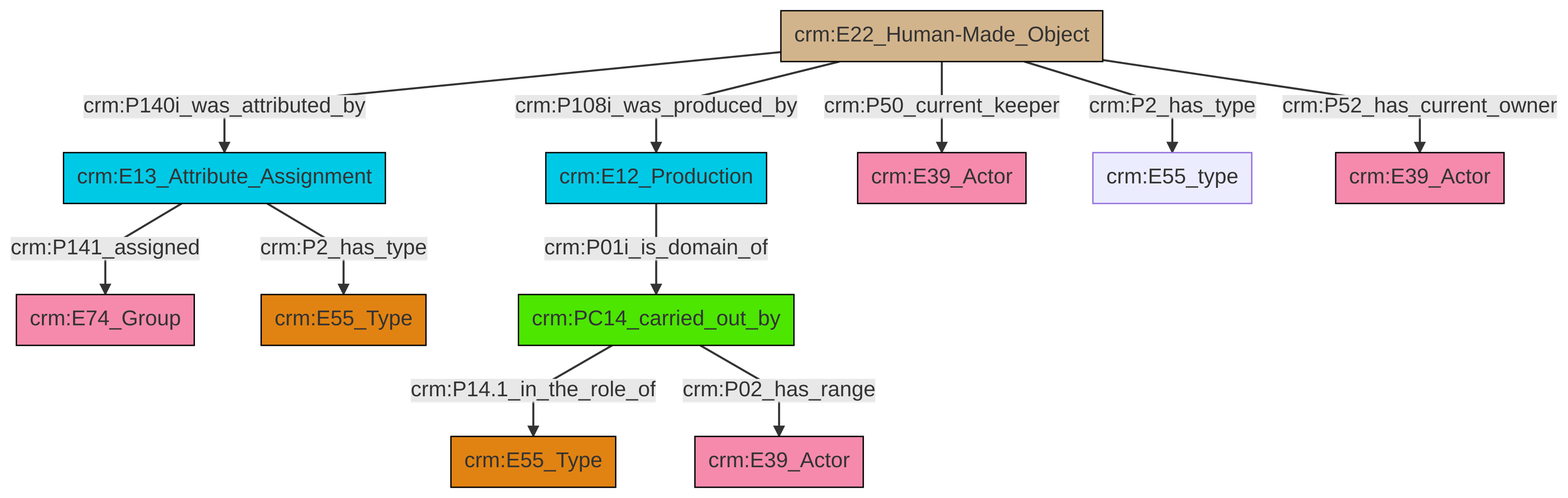
The Mermaid diagram et/artworkCSV/ttl/mmd/png/Artwork_Actor_Relations.png in swiss-art-research-net/docs.swissartresearch, before a commit. Its source is kept beside it as et/artworkCSV/ttl/mmd/Artwork_Actor_Relations.ttl.mmd.
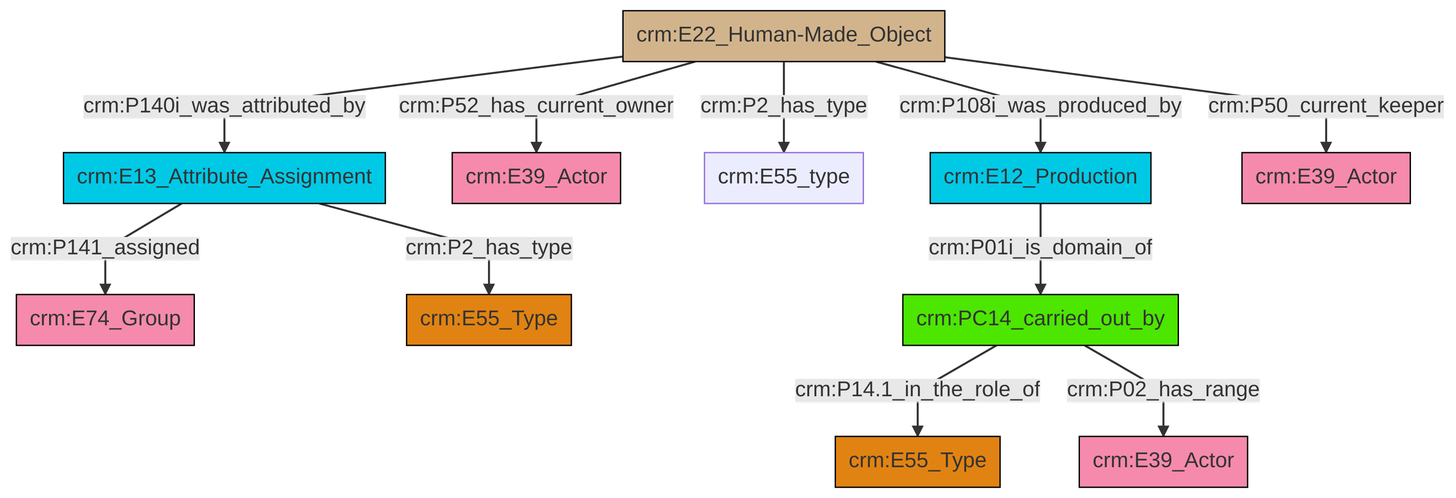
After the commit.

The edit, as a diff of the source:
```diff
@@ -13,13 +13,13 @@
 classDef PC_Classes fill:#4ce600, stroke:#000000;
 classDef Multi fill:#cccccc,stroke:#000000;
 
-0["crm:E13_Attribute_Assignment"]:::Temporal_Entity -->|crm:P141_assigned| 1["crm:E74_Group"]:::Actor
-9["crm:E22_Human-Made_Object"]:::Physical_Thing -->|crm:P50_current_keeper| 5["crm:E39_Actor"]:::Actor
-9["crm:E22_Human-Made_Object"]:::Physical_Thing -->|crm:P108i_was_produced_by| 3["crm:E12_Production"]:::Temporal_Entity
-0["crm:E13_Attribute_Assignment"]:::Temporal_Entity -->|crm:P2_has_type| 7["crm:E55_Type"]:::Type
-9["crm:E22_Human-Made_Object"]:::Physical_Thing -->|crm:P52_has_current_owner| 15["crm:E39_Actor"]:::Actor
-12["crm:PC14_carried_out_by"]:::PC_Classes -->|crm:P14.1_in_the_role_of| 16["crm:E55_Type"]:::Type
-3["crm:E12_Production"]:::Temporal_Entity -->|crm:P01i_is_domain_of| 12["crm:PC14_carried_out_by"]:::PC_Classes
-12["crm:PC14_carried_out_by"]:::PC_Classes -->|crm:P02_has_range| 19["crm:E39_Actor"]:::Actor
-9["crm:E22_Human-Made_Object"]:::Physical_Thing -->|crm:P2_has_type| 10["crm:E55_type"]:::Default
-9["crm:E22_Human-Made_Object"]:::Physical_Thing -->|crm:P140i_was_attributed_by| 0["crm:E13_Attribute_Assignment"]:::Temporal_Entity
+0["crm:E22_Human-Made_Object"]:::Physical_Thing -->|crm:P140i_was_attributed_by| 1["crm:E13_Attribute_Assignment"]:::Temporal_Entity
+1["crm:E13_Attribute_Assignment"]:::Temporal_Entity -->|crm:P2_has_type| 13["crm:E55_Type"]:::Type
+0["crm:E22_Human-Made_Object"]:::Physical_Thing -->|crm:P108i_was_produced_by| 11["crm:E12_Production"]:::Temporal_Entity
+0["crm:E22_Human-Made_Object"]:::Physical_Thing -->|crm:P2_has_type| 6["crm:E55_type"]:::Default
+0["crm:E22_Human-Made_Object"]:::Physical_Thing -->|crm:P52_has_current_owner| 2["crm:E39_Actor"]:::Actor
+15["crm:PC14_carried_out_by"]:::PC_Classes -->|crm:P14.1_in_the_role_of| 4["crm:E55_Type"]:::Type
+0["crm:E22_Human-Made_Object"]:::Physical_Thing -->|crm:P50_current_keeper| 19["crm:E39_Actor"]:::Actor
+1["crm:E13_Attribute_Assignment"]:::Temporal_Entity -->|crm:P141_assigned| 9["crm:E74_Group"]:::Actor
+11["crm:E12_Production"]:::Temporal_Entity -->|crm:P01i_is_domain_of| 15["crm:PC14_carried_out_by"]:::PC_Classes
+15["crm:PC14_carried_out_by"]:::PC_Classes -->|crm:P02_has_range| 21["crm:E39_Actor"]:::Actor
```
